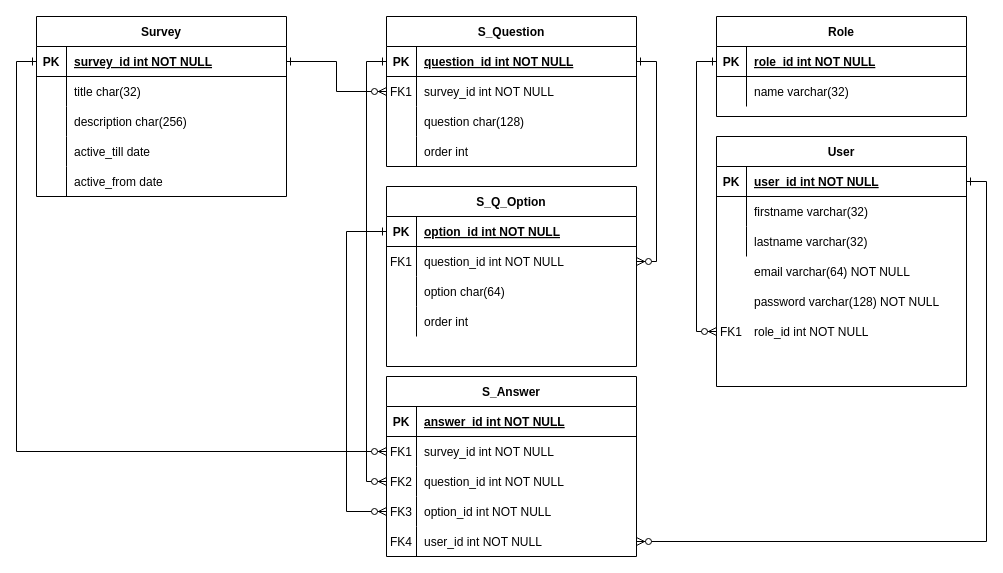
The draw.io diagram docs/erd.drawio in kondinskis/survey-api, before the edit. Source tidied: cells renumbered, new cells numbered last; positions are measured from the earlier drawing's top-left corner, leaving out a move shared by most shapes. Both pictures are drawn from the tidied source at 100%, with x=0, y=0 at pixel (36, 16).
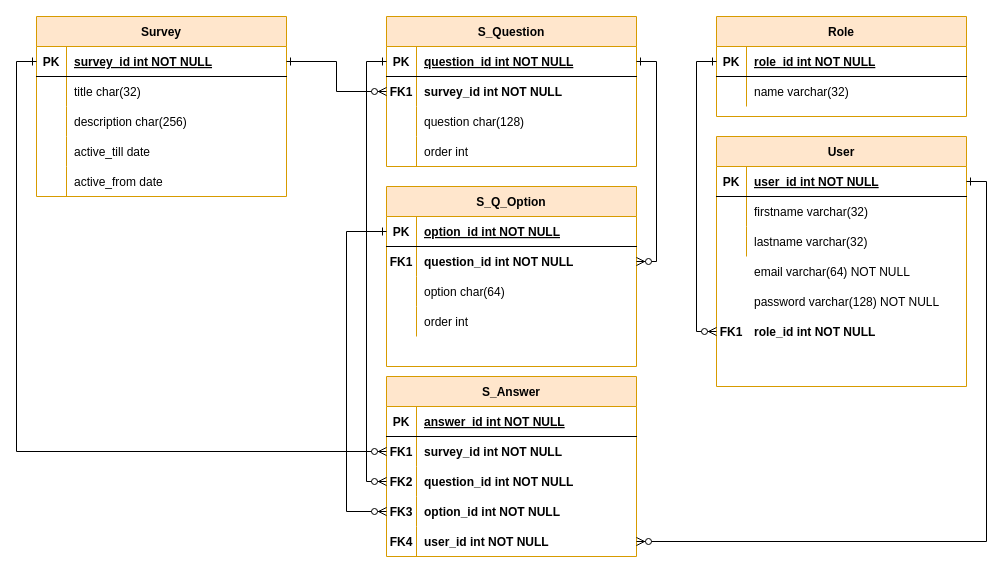
The same diagram, later.

The change refers to these unchanged cells:
```xml
<mxCell id="29" style="shape=partialRectangle;fillColor=none;points=[[0,0.5],[1,0.5]];portConstraint=eastwest;top=0;left=0;right=0;bottom=0;" parent="25" vertex="1">
  <mxGeometry y="60" width="250" height="30" as="geometry" />
</mxCell>
<mxCell id="42" style="shape=partialRectangle;fillColor=none;points=[[0,0.5],[1,0.5]];portConstraint=eastwest;top=0;left=0;right=0;bottom=0;" parent="38" vertex="1">
  <mxGeometry y="60" width="250" height="30" as="geometry" />
</mxCell>
<mxCell id="51" style="group;" parent="1" vertex="1">
  <mxGeometry x="680" y="120" width="250" height="220" as="geometry" />
</mxCell>
<mxCell id="79" style="shape=partialRectangle;fillColor=none;points=[[0,0.5],[1,0.5]];portConstraint=eastwest;top=0;left=0;right=0;bottom=0;" parent="75" vertex="1">
  <mxGeometry y="60" width="250" height="30" as="geometry" />
</mxCell>
<mxCell id="82" style="shape=partialRectangle;fillColor=none;points=[[0,0.5],[1,0.5]];portConstraint=eastwest;top=0;left=0;right=0;bottom=0;" parent="75" vertex="1">
  <mxGeometry y="90" width="250" height="30" as="geometry" />
</mxCell>
<mxCell id="85" style="shape=partialRectangle;fillColor=none;points=[[0,0.5],[1,0.5]];portConstraint=eastwest;top=0;left=0;right=0;bottom=0;" parent="75" vertex="1">
  <mxGeometry y="120" width="250" height="30" as="geometry" />
</mxCell>
<mxCell id="88" style="shape=partialRectangle;fillColor=none;points=[[0,0.5],[1,0.5]];portConstraint=eastwest;top=0;left=0;right=0;bottom=0;" parent="75" vertex="1">
  <mxGeometry y="150" width="250" height="30" as="geometry" />
</mxCell>
```

What changed in the source:
```diff
@@
-    <mxCell id="2" value="Role" style="shape=table;startSize=30;childLayout=tableLayout;rowLines=0;fontStyle=1;align=center;" parent="1" vertex="1">
+    <mxCell id="2" value="Role" style="shape=table;startSize=30;childLayout=tableLayout;rowLines=0;fontStyle=1;align=center;fillColor=#ffe6cc;strokeColor=#d79b00;" parent="1" vertex="1">
       <mxGeometry x="680" width="250" height="100" as="geometry" />
     </mxCell>
@@
-    <mxCell id="9" value="Survey" style="shape=table;startSize=30;childLayout=tableLayout;rowLines=0;fontStyle=1;align=center;" parent="1" vertex="1">
+    <mxCell id="9" value="Survey" style="shape=table;startSize=30;childLayout=tableLayout;rowLines=0;fontStyle=1;align=center;fillColor=#ffe6cc;strokeColor=#d79b00;" parent="1" vertex="1">
       <mxGeometry width="250" height="180" as="geometry" />
     </mxCell>
@@
-    <mxCell id="25" value="S_Question" style="shape=table;startSize=30;childLayout=tableLayout;rowLines=0;fontStyle=1;align=center;" parent="1" vertex="1">
+    <mxCell id="25" value="S_Question" style="shape=table;startSize=30;childLayout=tableLayout;rowLines=0;fontStyle=1;align=center;fillColor=#ffe6cc;strokeColor=#d79b00;" parent="1" vertex="1">
       <mxGeometry x="350" width="250" height="150" as="geometry" />
     </mxCell>
@@
-    <mxCell id="30" value="FK1" style="shape=partialRectangle;overflow=hidden;fillColor=none;top=0;left=0;bottom=0;right=0;" parent="29" vertex="1">
+    <mxCell id="30" value="FK1" style="shape=partialRectangle;overflow=hidden;fillColor=none;top=0;left=0;bottom=0;right=0;fontStyle=1;" parent="29" vertex="1">
       <mxGeometry width="30" height="30" as="geometry" />
     </mxCell>
-    <mxCell id="31" value="survey_id int NOT NULL" style="shape=partialRectangle;overflow=hidden;fillColor=none;top=0;left=0;bottom=0;right=0;align=left;spacingLeft=6;" parent="29" vertex="1">
+    <mxCell id="31" value="survey_id int NOT NULL" style="shape=partialRectangle;overflow=hidden;fillColor=none;top=0;left=0;bottom=0;right=0;align=left;spacingLeft=6;fontStyle=1;" parent="29" vertex="1">
       <mxGeometry x="30" width="220" height="30" as="geometry" />
     </mxCell>
@@
-    <mxCell id="38" value="S_Q_Option" style="shape=table;startSize=30;childLayout=tableLayout;rowLines=0;fontStyle=1;align=center;" parent="1" vertex="1">
+    <mxCell id="38" value="S_Q_Option" style="shape=table;startSize=30;childLayout=tableLayout;rowLines=0;fontStyle=1;align=center;fillColor=#ffe6cc;strokeColor=#d79b00;" parent="1" vertex="1">
       <mxGeometry x="350" y="170" width="250" height="180" as="geometry" />
     </mxCell>
@@
-    <mxCell id="43" value="FK1" style="shape=partialRectangle;overflow=hidden;fillColor=none;top=0;left=0;bottom=0;right=0;" parent="42" vertex="1">
+    <mxCell id="43" value="FK1" style="shape=partialRectangle;overflow=hidden;fillColor=none;top=0;left=0;bottom=0;right=0;fontStyle=1;" parent="42" vertex="1">
       <mxGeometry width="30" height="30" as="geometry" />
     </mxCell>
-    <mxCell id="44" value="question_id int NOT NULL" style="shape=partialRectangle;overflow=hidden;fillColor=none;top=0;left=0;bottom=0;right=0;align=left;spacingLeft=6;" parent="42" vertex="1">
+    <mxCell id="44" value="question_id int NOT NULL" style="shape=partialRectangle;overflow=hidden;fillColor=none;top=0;left=0;bottom=0;right=0;align=left;spacingLeft=6;fontStyle=1;" parent="42" vertex="1">
       <mxGeometry x="30" width="220" height="30" as="geometry" />
     </mxCell>
@@
-    <mxCell id="52" value="User" style="shape=table;startSize=30;childLayout=tableLayout;rowLines=0;fontStyle=1;align=center;" parent="51" vertex="1">
+    <mxCell id="52" value="User" style="shape=table;startSize=30;childLayout=tableLayout;rowLines=0;fontStyle=1;align=center;fillColor=#ffe6cc;strokeColor=#d79b00;" parent="51" vertex="1">
       <mxGeometry width="250" height="250" as="geometry" />
     </mxCell>
@@
-    <mxCell id="62" value="FK1" style="shape=partialRectangle;overflow=hidden;fillColor=none;top=0;left=0;bottom=0;right=0;" parent="51" vertex="1">
+    <mxCell id="62" value="FK1" style="shape=partialRectangle;overflow=hidden;fillColor=none;top=0;left=0;bottom=0;right=0;fontStyle=1;" parent="51" vertex="1">
       <mxGeometry y="180" width="30" height="30" as="geometry" />
     </mxCell>
@@
-    <mxCell id="69" style="shape=partialRectangle;fillColor=none;points=[[0,0.5],[1,0.5]];portConstraint=eastwest;top=0;left=0;right=0;bottom=0;" parent="51" vertex="1">
+    <mxCell id="69" style="shape=partialRectangle;fillColor=none;points=[[0,0.5],[1,0.5]];portConstraint=eastwest;top=0;left=0;right=0;bottom=0;fontStyle=1;" parent="51" vertex="1">
       <mxGeometry y="180" width="250" height="30" as="geometry" />
     </mxCell>
-    <mxCell id="70" style="shape=partialRectangle;overflow=hidden;fillColor=none;top=0;left=0;bottom=0;right=0;" parent="69" vertex="1">
-      <mxGeometry width="30" height="30" as="geometry" />
-    </mxCell>
-    <mxCell id="71" value="role_id int NOT NULL" style="shape=partialRectangle;overflow=hidden;fillColor=none;top=0;left=0;bottom=0;right=0;align=left;spacingLeft=6;" parent="69" vertex="1">
+    <mxCell id="71" value="role_id int NOT NULL" style="shape=partialRectangle;overflow=hidden;fillColor=none;top=0;left=0;bottom=0;right=0;align=left;spacingLeft=6;fontStyle=1;" parent="69" vertex="1">
       <mxGeometry x="30" width="220" height="30" as="geometry" />
     </mxCell>
@@
-    <mxCell id="75" value="S_Answer" style="shape=table;startSize=30;childLayout=tableLayout;rowLines=0;fontStyle=1;align=center;" parent="1" vertex="1">
+    <mxCell id="75" value="S_Answer" style="shape=table;startSize=30;childLayout=tableLayout;rowLines=0;fontStyle=1;align=center;fillColor=#ffe6cc;strokeColor=#d79b00;" parent="1" vertex="1">
       <mxGeometry x="350" y="360" width="250" height="180" as="geometry" />
     </mxCell>
@@
-    <mxCell id="80" value="FK1" style="shape=partialRectangle;overflow=hidden;fillColor=none;top=0;left=0;bottom=0;right=0;" parent="79" vertex="1">
+    <mxCell id="80" value="FK1" style="shape=partialRectangle;overflow=hidden;fillColor=none;top=0;left=0;bottom=0;right=0;fontStyle=1;" parent="79" vertex="1">
       <mxGeometry width="30" height="30" as="geometry" />
     </mxCell>
-    <mxCell id="81" value="survey_id int NOT NULL" style="shape=partialRectangle;overflow=hidden;fillColor=none;top=0;left=0;bottom=0;right=0;align=left;spacingLeft=6;" parent="79" vertex="1">
+    <mxCell id="81" value="survey_id int NOT NULL" style="shape=partialRectangle;overflow=hidden;fillColor=none;top=0;left=0;bottom=0;right=0;align=left;spacingLeft=6;fontStyle=1;" parent="79" vertex="1">
       <mxGeometry x="30" width="220" height="30" as="geometry" />
     </mxCell>
@@
-    <mxCell id="83" value="FK2" style="shape=partialRectangle;overflow=hidden;fillColor=none;top=0;left=0;bottom=0;right=0;" parent="82" vertex="1">
+    <mxCell id="83" value="FK2" style="shape=partialRectangle;overflow=hidden;fillColor=none;top=0;left=0;bottom=0;right=0;fontStyle=1;" parent="82" vertex="1">
       <mxGeometry width="30" height="30" as="geometry" />
     </mxCell>
-    <mxCell id="84" value="question_id int NOT NULL" style="shape=partialRectangle;overflow=hidden;fillColor=none;top=0;left=0;bottom=0;right=0;align=left;spacingLeft=6;" parent="82" vertex="1">
+    <mxCell id="84" value="question_id int NOT NULL" style="shape=partialRectangle;overflow=hidden;fillColor=none;top=0;left=0;bottom=0;right=0;align=left;spacingLeft=6;fontStyle=1;" parent="82" vertex="1">
       <mxGeometry x="30" width="220" height="30" as="geometry" />
     </mxCell>
@@
-    <mxCell id="86" value="FK3" style="shape=partialRectangle;overflow=hidden;fillColor=none;top=0;left=0;bottom=0;right=0;" parent="85" vertex="1">
+    <mxCell id="86" value="FK3" style="shape=partialRectangle;overflow=hidden;fillColor=none;top=0;left=0;bottom=0;right=0;fontStyle=1;" parent="85" vertex="1">
       <mxGeometry width="30" height="30" as="geometry" />
     </mxCell>
-    <mxCell id="87" value="option_id int NOT NULL" style="shape=partialRectangle;overflow=hidden;fillColor=none;top=0;left=0;bottom=0;right=0;align=left;spacingLeft=6;" parent="85" vertex="1">
+    <mxCell id="87" value="option_id int NOT NULL" style="shape=partialRectangle;overflow=hidden;fillColor=none;top=0;left=0;bottom=0;right=0;align=left;spacingLeft=6;fontStyle=1;" parent="85" vertex="1">
       <mxGeometry x="30" width="220" height="30" as="geometry" />
     </mxCell>
@@
-    <mxCell id="89" value="FK4" style="shape=partialRectangle;overflow=hidden;fillColor=none;top=0;left=0;bottom=0;right=0;" parent="88" vertex="1">
+    <mxCell id="89" value="FK4" style="shape=partialRectangle;overflow=hidden;fillColor=none;top=0;left=0;bottom=0;right=0;fontStyle=1;" parent="88" vertex="1">
       <mxGeometry width="30" height="30" as="geometry" />
     </mxCell>
-    <mxCell id="90" value="user_id int NOT NULL" style="shape=partialRectangle;overflow=hidden;fillColor=none;top=0;left=0;bottom=0;right=0;align=left;spacingLeft=6;" parent="88" vertex="1">
+    <mxCell id="90" value="user_id int NOT NULL" style="shape=partialRectangle;overflow=hidden;fillColor=none;top=0;left=0;bottom=0;right=0;align=left;spacingLeft=6;fontStyle=1;" parent="88" vertex="1">
       <mxGeometry x="30" width="220" height="30" as="geometry" />
     </mxCell>
```
